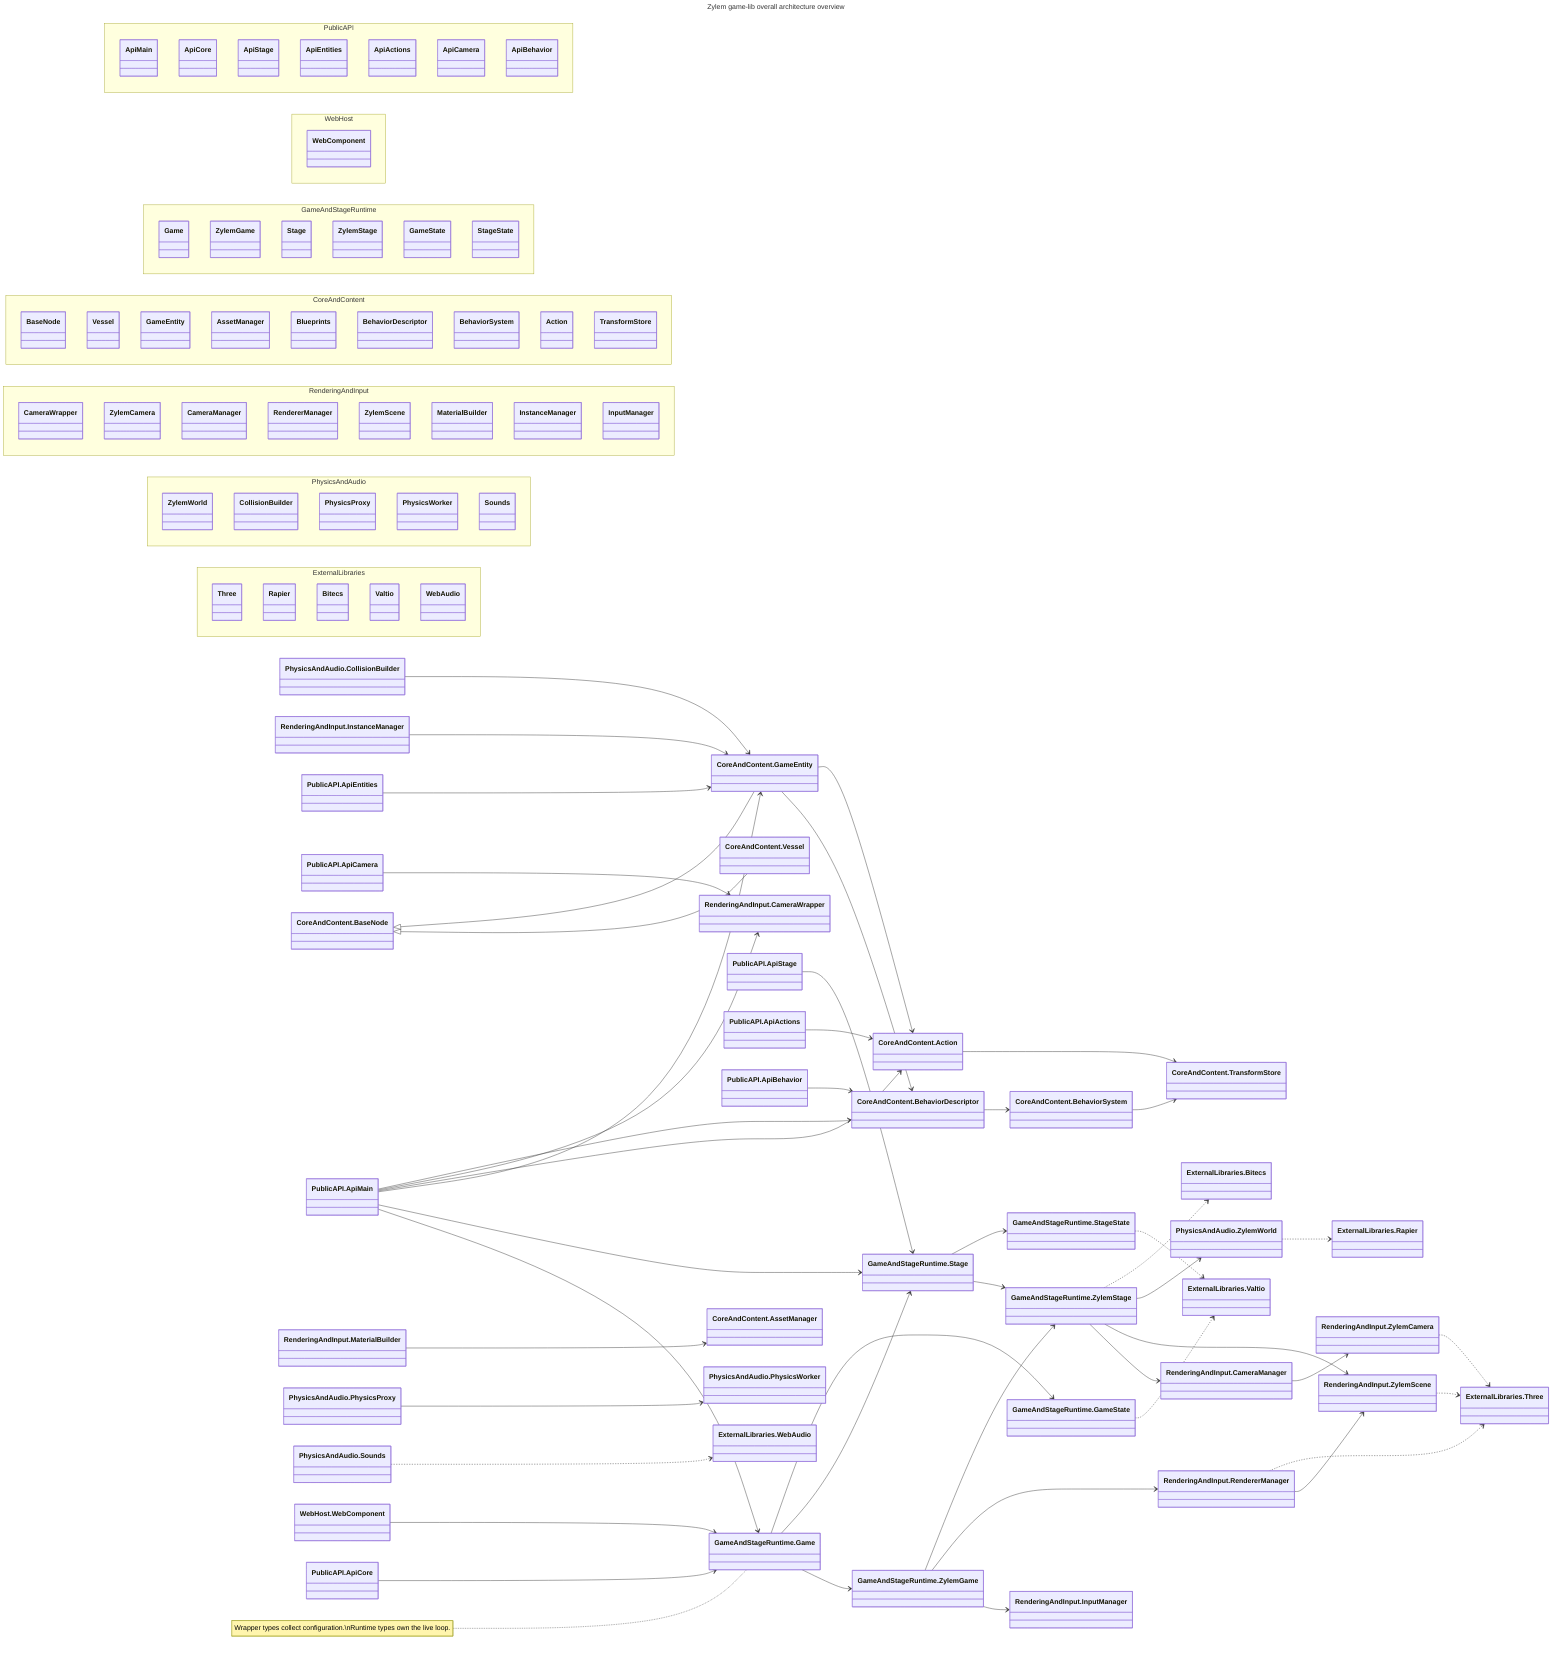
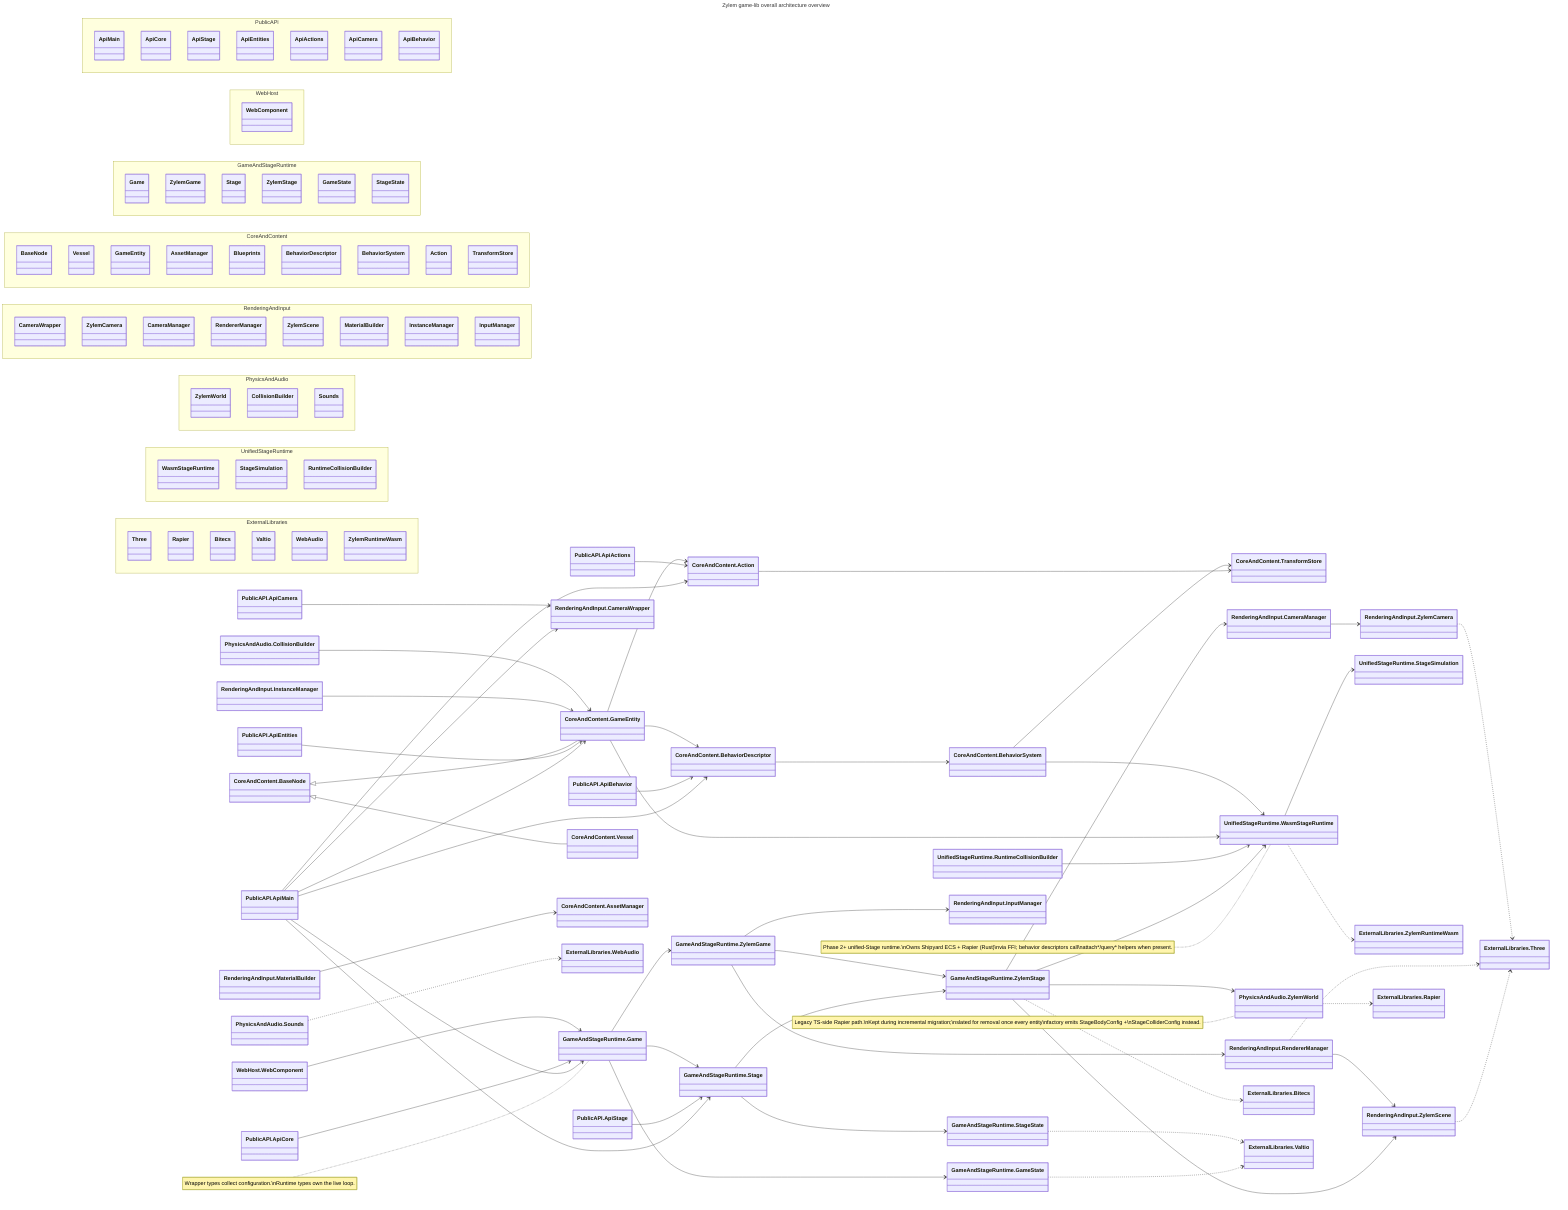
---
title: Zylem game-lib overall architecture overview
---
classDiagram
  direction LR

  namespace PublicAPI {
    class ApiMain
    class ApiCore
    class ApiStage
    class ApiEntities
    class ApiActions
    class ApiCamera
    class ApiBehavior
  }

  namespace WebHost {
    class WebComponent
  }

  namespace GameAndStageRuntime {
    class Game
    class ZylemGame
    class Stage
    class ZylemStage
    class GameState
    class StageState
  }

  namespace CoreAndContent {
    class BaseNode
    class Vessel
    class GameEntity
    class AssetManager
    class Blueprints
    class BehaviorDescriptor
    class BehaviorSystem
    class Action
    class TransformStore
  }

  namespace RenderingAndInput {
    class CameraWrapper
    class ZylemCamera
    class CameraManager
    class RendererManager
    class ZylemScene
    class MaterialBuilder
    class InstanceManager
    class InputManager
  }

  namespace PhysicsAndAudio {
    class ZylemWorld
    class CollisionBuilder
-     class PhysicsProxy
-     class PhysicsWorker
    class Sounds
+   }
+ 
+   namespace UnifiedStageRuntime {
+     class WasmStageRuntime
+     class StageSimulation
+     class RuntimeCollisionBuilder
  }

  namespace ExternalLibraries {
    class Three
    class Rapier
    class Bitecs
    class Valtio
    class WebAudio
+     class ZylemRuntimeWasm
  }

  PublicAPI.ApiMain --> GameAndStageRuntime.Game
  PublicAPI.ApiMain --> GameAndStageRuntime.Stage
  PublicAPI.ApiMain --> CoreAndContent.GameEntity
  PublicAPI.ApiMain --> CoreAndContent.Action
  PublicAPI.ApiMain --> RenderingAndInput.CameraWrapper
  PublicAPI.ApiMain --> CoreAndContent.BehaviorDescriptor
  PublicAPI.ApiCore --> GameAndStageRuntime.Game
  PublicAPI.ApiStage --> GameAndStageRuntime.Stage
  PublicAPI.ApiEntities --> CoreAndContent.GameEntity
  PublicAPI.ApiActions --> CoreAndContent.Action
  PublicAPI.ApiCamera --> RenderingAndInput.CameraWrapper
  PublicAPI.ApiBehavior --> CoreAndContent.BehaviorDescriptor
  WebHost.WebComponent --> GameAndStageRuntime.Game
  GameAndStageRuntime.Game --> GameAndStageRuntime.ZylemGame
  GameAndStageRuntime.Game --> GameAndStageRuntime.Stage
  GameAndStageRuntime.Game --> GameAndStageRuntime.GameState
  GameAndStageRuntime.Stage --> GameAndStageRuntime.ZylemStage
  GameAndStageRuntime.Stage --> GameAndStageRuntime.StageState
  CoreAndContent.BaseNode <|-- CoreAndContent.Vessel
  CoreAndContent.BaseNode <|-- CoreAndContent.GameEntity
  CoreAndContent.GameEntity --> CoreAndContent.BehaviorDescriptor
  CoreAndContent.BehaviorDescriptor --> CoreAndContent.BehaviorSystem
  CoreAndContent.GameEntity --> CoreAndContent.Action
  CoreAndContent.Action --> CoreAndContent.TransformStore
  CoreAndContent.BehaviorSystem --> CoreAndContent.TransformStore
  GameAndStageRuntime.ZylemGame --> RenderingAndInput.InputManager
  GameAndStageRuntime.ZylemGame --> RenderingAndInput.RendererManager
  GameAndStageRuntime.ZylemGame --> GameAndStageRuntime.ZylemStage
  GameAndStageRuntime.ZylemStage --> RenderingAndInput.CameraManager
  GameAndStageRuntime.ZylemStage --> RenderingAndInput.ZylemScene
  GameAndStageRuntime.ZylemStage --> PhysicsAndAudio.ZylemWorld
+   GameAndStageRuntime.ZylemStage --> UnifiedStageRuntime.WasmStageRuntime
  GameAndStageRuntime.ZylemStage ..> ExternalLibraries.Bitecs
+   UnifiedStageRuntime.WasmStageRuntime --> UnifiedStageRuntime.StageSimulation
+   UnifiedStageRuntime.WasmStageRuntime ..> ExternalLibraries.ZylemRuntimeWasm
+   UnifiedStageRuntime.RuntimeCollisionBuilder --> UnifiedStageRuntime.WasmStageRuntime
+   CoreAndContent.GameEntity --> UnifiedStageRuntime.WasmStageRuntime
+   CoreAndContent.BehaviorSystem --> UnifiedStageRuntime.WasmStageRuntime
  RenderingAndInput.CameraManager --> RenderingAndInput.ZylemCamera
  RenderingAndInput.RendererManager --> RenderingAndInput.ZylemScene
  RenderingAndInput.InstanceManager --> CoreAndContent.GameEntity
  RenderingAndInput.MaterialBuilder --> CoreAndContent.AssetManager
  PhysicsAndAudio.CollisionBuilder --> CoreAndContent.GameEntity
-   PhysicsAndAudio.PhysicsProxy --> PhysicsAndAudio.PhysicsWorker
  PhysicsAndAudio.ZylemWorld ..> ExternalLibraries.Rapier
  RenderingAndInput.ZylemScene ..> ExternalLibraries.Three
  RenderingAndInput.RendererManager ..> ExternalLibraries.Three
  RenderingAndInput.ZylemCamera ..> ExternalLibraries.Three
  GameAndStageRuntime.GameState ..> ExternalLibraries.Valtio
  GameAndStageRuntime.StageState ..> ExternalLibraries.Valtio
  PhysicsAndAudio.Sounds ..> ExternalLibraries.WebAudio

  note for GameAndStageRuntime.Game "Wrapper types collect configuration.\nRuntime types own the live loop."
+   note for UnifiedStageRuntime.WasmStageRuntime "Phase 2+ unified-Stage runtime.\nOwns Shipyard ECS + Rapier (Rust)\nvia FFI; behavior descriptors call\nattach*/query* helpers when present."
+   note for PhysicsAndAudio.ZylemWorld "Legacy TS-side Rapier path.\nKept during incremental migration;\nslated for removal once every entity\nfactory emits StageBodyConfig +\nStageColliderConfig instead."
